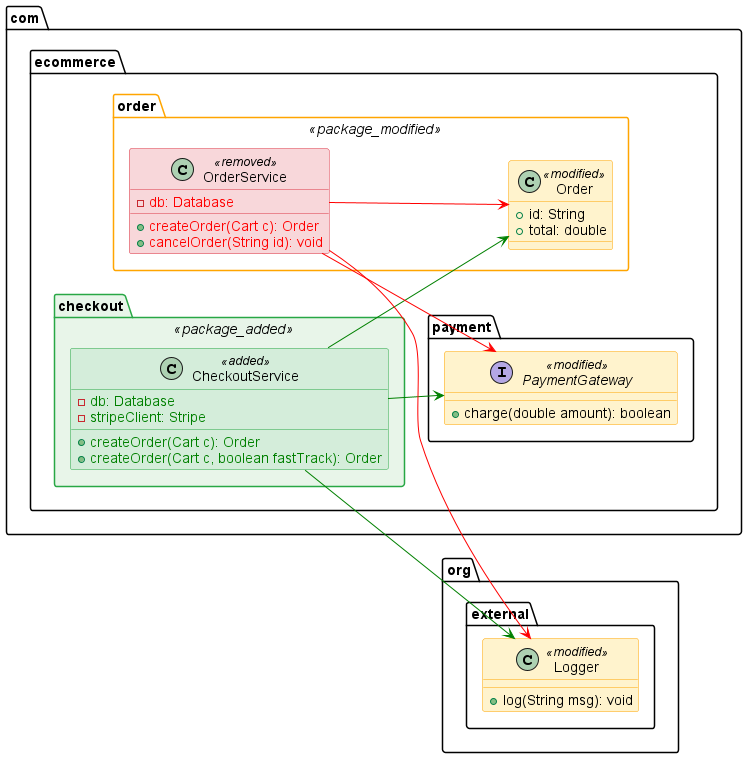
Above: docs/demo.png in tsorren/SemanticUMLDiff (PlantUML), before the change. Its diagram source:
```plantuml
@startuml
left to right direction
skinparam linetype poly
skinparam nodesep 30
skinparam ranksep 30

<style>
  classDiagram {
    class {
      BackgroundColor transparent
      HeaderBackgroundColor transparent
      Shadowing 0
      FontName Arial
    }
    .added {
      BackgroundColor #D4EDDA
      LineColor #28A745
    }
    .removed {
      BackgroundColor #F8D7DA
      LineColor #DC3545
    }
    .modified {
      BackgroundColor #FFF3CD
      LineColor #FFA500
    }
    .moved {
      BackgroundColor #FFF3CD
      LineColor #FFA500
    }
    .impacted {
      BackgroundColor #F8F9FA
      LineColor #6C757D
      LineStyle 4
      FontColor #6C757D
    }
    .package_added {
      BackgroundColor #E8F5E9
      LineColor #28A745
    }
    .package_removed {
      BackgroundColor #FFEBEE
      LineColor #DC3545
    }
    .package_modified {
      BackgroundColor transparent
      LineColor #FFA500
    }
  }
</style>

package "com.ecommerce.checkout" <<package_added>> {
class "CheckoutService" as com.ecommerce.checkout.CheckoutService <<added>> {
  - <color:green>db: Database</color>
  - <color:green>stripeClient: Stripe</color>
  + <color:green>createOrder(Cart c): Order</color>
  + <color:green>createOrder(Cart c, boolean fastTrack): Order</color>
}
}

package "com.ecommerce.order" <<package_modified>> {
class "Order" as com.ecommerce.order.Order <<modified>> {
  + id: String
  + total: double
}
class "OrderService" as com.ecommerce.order.OrderService <<removed>> {
  - <color:red>db: Database</color>
  + <color:red>createOrder(Cart c): Order</color>
  + <color:red>cancelOrder(String id): void</color>
}
}

package "com.ecommerce.payment" {
interface "PaymentGateway" as com.ecommerce.payment.PaymentGateway <<modified>> {
  + charge(double amount): boolean
}
}

package "org.external" {
class "Logger" as org.external.Logger <<modified>> {
  + log(String msg): void
}
}

com.ecommerce.checkout.CheckoutService -[#green]-> com.ecommerce.order.Order
com.ecommerce.checkout.CheckoutService -[#green]-> com.ecommerce.payment.PaymentGateway
com.ecommerce.checkout.CheckoutService -[#green]-> org.external.Logger
com.ecommerce.order.OrderService -[#red]-> com.ecommerce.order.Order
com.ecommerce.order.OrderService -[#red]-> com.ecommerce.payment.PaymentGateway
com.ecommerce.order.OrderService -[#red]-> org.external.Logger
@enduml
```
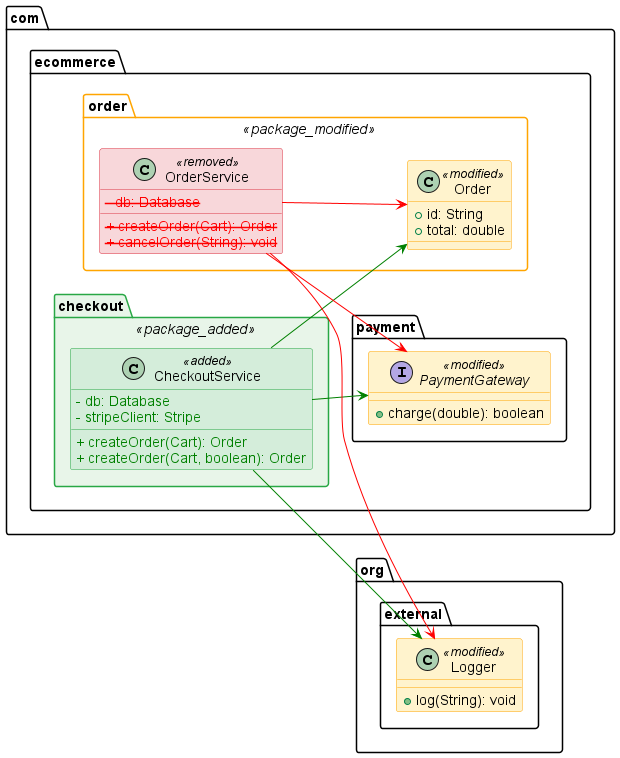
The same file after the commit.

What changed in the source:
```diff
@@ -51,10 +51,10 @@
 
 package "com.ecommerce.checkout" <<package_added>> {
 class "CheckoutService" as com.ecommerce.checkout.CheckoutService <<added>> {
-  - <color:green>db: Database</color>
-  - <color:green>stripeClient: Stripe</color>
-  + <color:green>createOrder(Cart c): Order</color>
-  + <color:green>createOrder(Cart c, boolean fastTrack): Order</color>
+  <color:green>- db: Database</color>
+  <color:green>- stripeClient: Stripe</color>
+  <color:green>+ createOrder(Cart): Order</color>
+  <color:green>+ createOrder(Cart, boolean): Order</color>
 }
 }
 
@@ -64,21 +64,21 @@
   + total: double
 }
 class "OrderService" as com.ecommerce.order.OrderService <<removed>> {
-  - <color:red>db: Database</color>
-  + <color:red>createOrder(Cart c): Order</color>
-  + <color:red>cancelOrder(String id): void</color>
+  <color:red><strike>- db: Database</strike></color>
+  <color:red><strike>+ createOrder(Cart): Order</strike></color>
+  <color:red><strike>+ cancelOrder(String): void</strike></color>
 }
 }
 
 package "com.ecommerce.payment" {
 interface "PaymentGateway" as com.ecommerce.payment.PaymentGateway <<modified>> {
-  + charge(double amount): boolean
+  + charge(double): boolean
 }
 }
 
 package "org.external" {
 class "Logger" as org.external.Logger <<modified>> {
-  + log(String msg): void
+  + log(String): void
 }
 }
 
```
